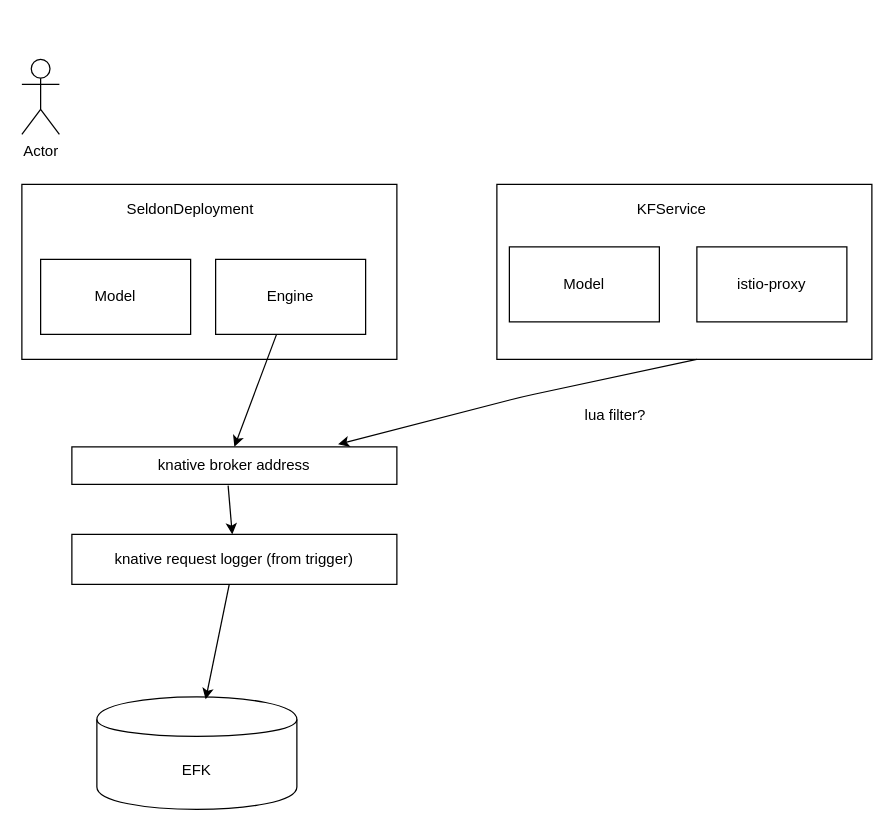
Earlier version of the draw.io diagram requestlogging.drawio (ryandawsonuk/diagrams). Source tidied: cells renumbered, new cells numbered last; positions are measured from the earlier drawing's top-left corner, leaving out a move shared by most shapes. Both pictures are drawn from the tidied source at 125%, with x=0, y=0 at pixel (21, 59).
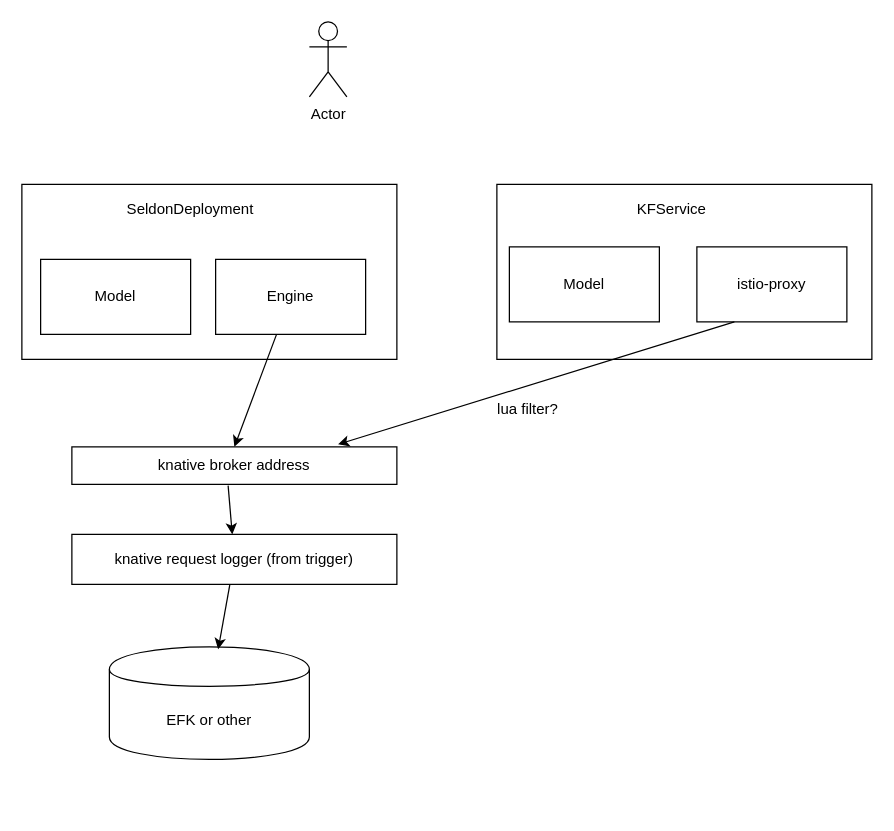
Above is the later version.

Unchanged cells that the change refers to:
```xml
<mxCell id="7" value="knative broker address" style="rounded=0;whiteSpace=wrap;html=1;" parent="1" vertex="1">
  <mxGeometry x="40" y="310" width="260" height="30" as="geometry" />
</mxCell>
<mxCell id="13" style="rounded=0;whiteSpace=wrap;html=1;" parent="1" vertex="1">
  <mxGeometry x="380" y="100" width="300" height="140" as="geometry" />
</mxCell>
<mxCell id="15" value="istio-proxy" style="rounded=0;whiteSpace=wrap;html=1;" parent="1" vertex="1">
  <mxGeometry x="540" y="150" width="120" height="60" as="geometry" />
</mxCell>
```

What changed in the source:
```diff
@@
     <mxCell id="2" value="Actor" style="shape=umlActor;verticalLabelPosition=bottom;labelBackgroundColor=#ffffff;verticalAlign=top;html=1;" parent="1" vertex="1">
-      <mxGeometry width="30" height="60" as="geometry" />
+      <mxGeometry x="230" y="-30" width="30" height="60" as="geometry" />
     </mxCell>
@@
-    <mxCell id="11" value="EFK" style="shape=cylinder;whiteSpace=wrap;html=1;boundedLbl=1;backgroundOutline=1;" parent="1" vertex="1">
-      <mxGeometry x="60" y="510" width="160" height="90" as="geometry" />
+    <mxCell id="11" value="EFK or other" style="shape=cylinder;whiteSpace=wrap;html=1;boundedLbl=1;backgroundOutline=1;" parent="1" vertex="1">
+      <mxGeometry x="70" y="470" width="160" height="90" as="geometry" />
     </mxCell>
@@
-    <mxCell id="17" style="endArrow=classic;html=1;entryX=0.819;entryY=-0.067;entryDx=0;entryDy=0;exitX=0.533;exitY=1;exitDx=0;exitDy=0;exitPerimeter=0;entryPerimeter=0;" parent="1" edge="1" source="13" target="7">
-      <mxGeometry relative="1" as="geometry">
-        <Array as="points">
-          <mxPoint x="400" y="270" />
-        </Array>
-      </mxGeometry>
+    <mxCell id="17" style="endArrow=classic;html=1;entryX=0.819;entryY=-0.067;entryDx=0;entryDy=0;exitX=0.25;exitY=1;exitDx=0;exitDy=0;entryPerimeter=0;" parent="1" edge="1" source="15" target="7">
+      <mxGeometry relative="1" as="geometry" />
     </mxCell>
     <mxCell id="18" value="lua filter?" style="text;html=1;strokeColor=none;fillColor=none;align=center;verticalAlign=middle;whiteSpace=wrap;rounded=0;" parent="1" vertex="1">
-      <mxGeometry x="390" y="280" width="170" height="10" as="geometry" />
+      <mxGeometry x="320" y="275" width="170" height="10" as="geometry" />
     </mxCell>
```
